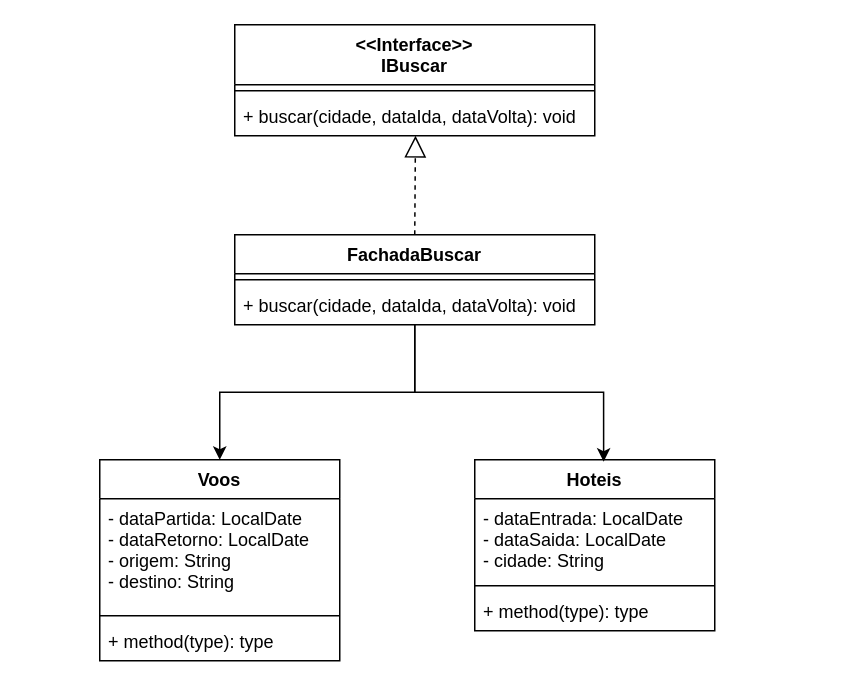
Earlier version of the draw.io diagram Aula01Mesa/mesa.drawio (moreirafelipe/dh-backend). Source tidied: cells renumbered, new cells numbered last; positions are measured from the earlier drawing's top-left corner, leaving out a move shared by most shapes. Both pictures are drawn from the tidied source at 150%, with x=0, y=0 at pixel (99, 24).
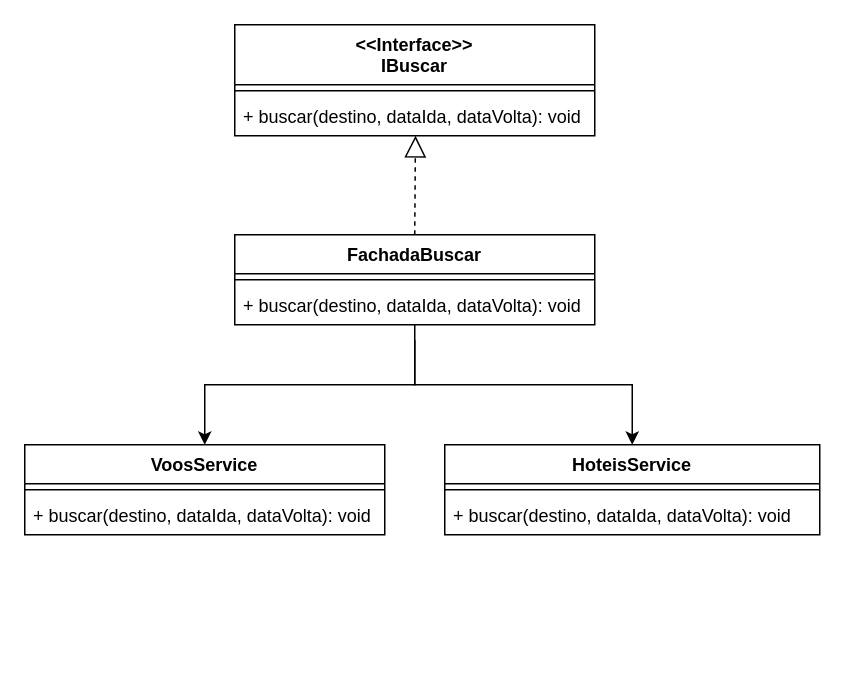
The same page after the edit.

What changed in the source:
```diff
@@
 <mxGraphModel>
   <root>
     <mxCell id="0" />
     <mxCell id="1" parent="0" />
-    <mxCell id="2" value="Voos" style="swimlane;fontStyle=1;align=center;verticalAlign=top;horizontal=1;startSize=26;" parent="1" vertex="1">
-      <mxGeometry y="290" width="160" height="134" as="geometry" />
-    </mxCell>
-    <mxCell id="3" value="- dataPartida: LocalDate&#10;- dataRetorno: LocalDate&#10;- origem: String&#10;- destino: String" style="text;strokeColor=none;fillColor=none;align=left;verticalAlign=top;spacingLeft=4;spacingRight=4;overflow=hidden;" parent="2" vertex="1">
-      <mxGeometry y="26" width="160" height="74" as="geometry" />
-    </mxCell>
-    <mxCell id="4" style="line;strokeWidth=1;fillColor=none;align=left;verticalAlign=middle;spacingTop=-1;spacingLeft=3;spacingRight=3;labelPosition=right;" parent="2" vertex="1">
-      <mxGeometry y="100" width="160" height="8" as="geometry" />
-    </mxCell>
-    <mxCell id="5" value="+ method(type): type" style="text;strokeColor=none;fillColor=none;align=left;verticalAlign=top;spacingLeft=4;spacingRight=4;overflow=hidden;" parent="2" vertex="1">
-      <mxGeometry y="108" width="160" height="26" as="geometry" />
-    </mxCell>
-    <mxCell id="6" value="Hoteis" style="swimlane;fontStyle=1;align=center;verticalAlign=top;horizontal=1;startSize=26;" parent="1" vertex="1">
-      <mxGeometry x="250" y="290" width="160" height="114" as="geometry" />
-    </mxCell>
-    <mxCell id="7" value="- dataEntrada: LocalDate&#10;- dataSaida: LocalDate&#10;- cidade: String" style="text;strokeColor=none;fillColor=none;align=left;verticalAlign=top;spacingLeft=4;spacingRight=4;overflow=hidden;" parent="6" vertex="1">
-      <mxGeometry y="26" width="160" height="54" as="geometry" />
-    </mxCell>
-    <mxCell id="8" style="line;strokeWidth=1;fillColor=none;align=left;verticalAlign=middle;spacingTop=-1;spacingLeft=3;spacingRight=3;labelPosition=right;" parent="6" vertex="1">
-      <mxGeometry y="80" width="160" height="8" as="geometry" />
-    </mxCell>
-    <mxCell id="9" value="+ method(type): type" style="text;strokeColor=none;fillColor=none;align=left;verticalAlign=top;spacingLeft=4;spacingRight=4;overflow=hidden;" parent="6" vertex="1">
-      <mxGeometry y="88" width="160" height="26" as="geometry" />
-    </mxCell>
     <mxCell id="10" value="&lt;&lt;Interface&gt;&gt;&#10;IBuscar" style="swimlane;fontStyle=1;align=center;verticalAlign=top;horizontal=1;startSize=40;" parent="1" vertex="1">
       <mxGeometry x="90" width="240" height="74" as="geometry" />
     </mxCell>
     <mxCell id="11" style="line;strokeWidth=1;fillColor=none;align=left;verticalAlign=middle;spacingTop=-1;spacingLeft=3;spacingRight=3;labelPosition=right;" parent="10" vertex="1">
       <mxGeometry y="40" width="240" height="8" as="geometry" />
     </mxCell>
-    <mxCell id="12" value="+ buscar(cidade, dataIda, dataVolta): void" style="text;strokeColor=none;fillColor=none;align=left;verticalAlign=top;spacingLeft=4;spacingRight=4;overflow=hidden;points=[[0,0.5],[1,0.5]];portConstraint=eastwest;" parent="10" vertex="1">
+    <mxCell id="12" value="+ buscar(destino, dataIda, dataVolta): void" style="text;strokeColor=none;fillColor=none;align=left;verticalAlign=top;spacingLeft=4;spacingRight=4;overflow=hidden;points=[[0,0.5],[1,0.5]];portConstraint=eastwest;" parent="10" vertex="1">
       <mxGeometry y="48" width="240" height="26" as="geometry" />
     </mxCell>
-    <mxCell id="13" style="edgeStyle=orthogonalEdgeStyle;rounded=0;jettySize=auto;html=1;entryX=0.537;entryY=0.011;entryDx=0;entryDy=0;entryPerimeter=0;" parent="1" edge="1" source="15" target="6">
-      <mxGeometry relative="1" as="geometry" />
-    </mxCell>
-    <mxCell id="14" style="edgeStyle=orthogonalEdgeStyle;rounded=0;jettySize=auto;html=1;entryX=0.5;entryY=0;entryDx=0;entryDy=0;" parent="1" edge="1" source="15" target="2">
-      <mxGeometry relative="1" as="geometry" />
-    </mxCell>
+    <mxCell id="19" style="edgeStyle=orthogonalEdgeStyle;rounded=0;jettySize=auto;html=1;" parent="1" edge="1" source="15" target="23">
+      <mxGeometry relative="1" as="geometry" />
+    </mxCell>
     <mxCell id="15" value="FachadaBuscar" style="swimlane;fontStyle=1;align=center;verticalAlign=top;horizontal=1;startSize=26;" parent="1" vertex="1">
       <mxGeometry x="90" y="140" width="240" height="60" as="geometry" />
     </mxCell>
     <mxCell id="16" style="line;strokeWidth=1;fillColor=none;align=left;verticalAlign=middle;spacingTop=-1;spacingLeft=3;spacingRight=3;labelPosition=right;" parent="15" vertex="1">
       <mxGeometry y="26" width="240" height="8" as="geometry" />
     </mxCell>
-    <mxCell id="17" value="+ buscar(cidade, dataIda, dataVolta): void" style="text;strokeColor=none;fillColor=none;align=left;verticalAlign=top;spacingLeft=4;spacingRight=4;overflow=hidden;" parent="15" vertex="1">
+    <mxCell id="17" value="+ buscar(destino, dataIda, dataVolta): void" style="text;strokeColor=none;fillColor=none;align=left;verticalAlign=top;spacingLeft=4;spacingRight=4;overflow=hidden;" parent="15" vertex="1">
       <mxGeometry y="34" width="240" height="26" as="geometry" />
     </mxCell>
     <mxCell id="18" style="endArrow=block;dashed=1;endFill=0;endSize=12;html=1;rounded=0;exitX=0.5;exitY=0;exitDx=0;exitDy=0;entryX=0.502;entryY=0.997;entryDx=0;entryDy=0;entryPerimeter=0;" parent="1" edge="1" source="15" target="12">
       <mxGeometry relative="1" as="geometry" />
     </mxCell>
+    <mxCell id="20" value="VoosService" style="swimlane;fontStyle=1;align=center;verticalAlign=top;horizontal=1;startSize=26;" parent="1" vertex="1">
+      <mxGeometry x="-50" y="280" width="240" height="60" as="geometry" />
+    </mxCell>
+    <mxCell id="21" style="line;strokeWidth=1;fillColor=none;align=left;verticalAlign=middle;spacingTop=-1;spacingLeft=3;spacingRight=3;labelPosition=right;" parent="20" vertex="1">
+      <mxGeometry y="26" width="240" height="8" as="geometry" />
+    </mxCell>
+    <mxCell id="22" value="+ buscar(destino, dataIda, dataVolta): void" style="text;strokeColor=none;fillColor=none;align=left;verticalAlign=top;spacingLeft=4;spacingRight=4;overflow=hidden;" parent="20" vertex="1">
+      <mxGeometry y="34" width="240" height="26" as="geometry" />
+    </mxCell>
+    <mxCell id="23" value="HoteisService" style="swimlane;fontStyle=1;align=center;verticalAlign=top;horizontal=1;startSize=26;" parent="1" vertex="1">
+      <mxGeometry x="230" y="280" width="250" height="60" as="geometry" />
+    </mxCell>
+    <mxCell id="24" style="line;strokeWidth=1;fillColor=none;align=left;verticalAlign=middle;spacingTop=-1;spacingLeft=3;spacingRight=3;labelPosition=right;" parent="23" vertex="1">
+      <mxGeometry y="26" width="250" height="8" as="geometry" />
+    </mxCell>
+    <mxCell id="25" value="+ buscar(destino, dataIda, dataVolta): void" style="text;strokeColor=none;fillColor=none;align=left;verticalAlign=top;spacingLeft=4;spacingRight=4;overflow=hidden;" parent="23" vertex="1">
+      <mxGeometry y="34" width="250" height="26" as="geometry" />
+    </mxCell>
+    <mxCell id="26" style="edgeStyle=orthogonalEdgeStyle;rounded=0;jettySize=auto;html=1;entryX=0.5;entryY=0;entryDx=0;entryDy=0;" parent="1" edge="1" target="20">
+      <mxGeometry relative="1" as="geometry">
+        <mxPoint x="210" y="210" as="sourcePoint" />
+        <Array as="points">
+          <mxPoint x="210" y="240" />
+          <mxPoint x="70" y="240" />
+        </Array>
+      </mxGeometry>
+    </mxCell>
   </root>
 </mxGraphModel>
```
